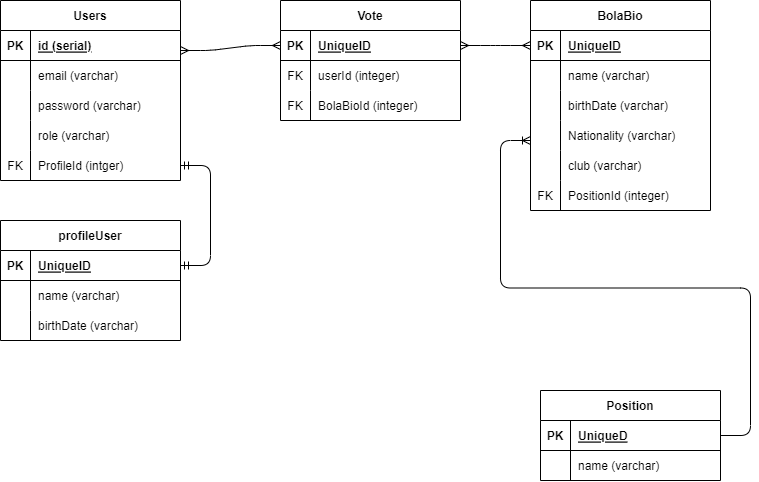
Earlier version of the draw.io export schema-Super-Soccer.drawio.png (PrimalDest/Super-Soccer). Source tidied: cells renumbered, new cells last; positions are measured from the earlier drawing's top-left corner, leaving out a move shared by most shapes.
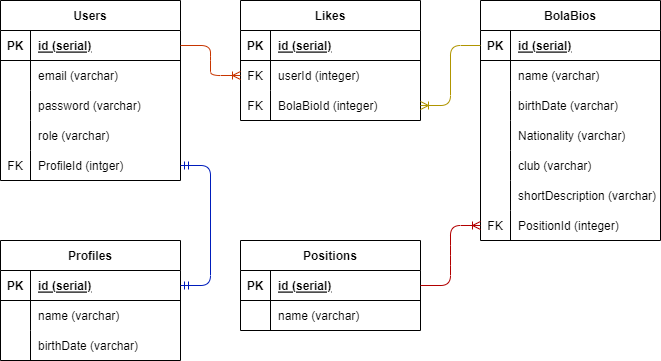
After the change.

Diff of the diagram source:
```diff
@@ -3,7 +3,7 @@
     <mxCell id="0" />
     <mxCell id="1" parent="0" />
     <mxCell id="2" value="Users" style="shape=table;startSize=30;rowLines=0;fontStyle=1;align=center;" parent="1" vertex="1">
-      <mxGeometry width="180" height="180" as="geometry" />
+      <mxGeometry x="5" y="290" width="180" height="180" as="geometry" />
     </mxCell>
     <mxCell id="3" style="shape=tableRow;horizontal=0;startSize=0;swimlaneHead=0;swimlaneBody=0;fillColor=none;points=[[0,0.5],[1,0.5]];portConstraint=eastwest;top=0;left=0;right=0;bottom=1;" parent="2" vertex="1">
       <mxGeometry y="30" width="180" height="30" as="geometry" />
@@ -50,8 +50,8 @@
     <mxCell id="17" value="ProfileId (intger)" style="shape=partialRectangle;fillColor=none;top=0;left=0;bottom=0;right=0;align=left;spacingLeft=6;overflow=hidden;" parent="15" vertex="1">
       <mxGeometry x="30" width="150" height="30" as="geometry" />
     </mxCell>
-    <mxCell id="18" value="Vote" style="shape=table;startSize=30;rowLines=0;fontStyle=1;align=center;" parent="1" vertex="1">
-      <mxGeometry x="280" width="180" height="120" as="geometry" />
+    <mxCell id="18" value="Likes" style="shape=table;startSize=30;rowLines=0;fontStyle=1;align=center;" parent="1" vertex="1">
+      <mxGeometry x="245" y="290" width="180" height="120" as="geometry" />
     </mxCell>
     <mxCell id="19" style="shape=tableRow;horizontal=0;startSize=0;swimlaneHead=0;swimlaneBody=0;fillColor=none;points=[[0,0.5],[1,0.5]];portConstraint=eastwest;top=0;left=0;right=0;bottom=1;" parent="18" vertex="1">
       <mxGeometry y="30" width="180" height="30" as="geometry" />
@@ -59,7 +59,7 @@
     <mxCell id="20" value="PK" style="shape=partialRectangle;fillColor=none;top=0;left=0;bottom=0;right=0;fontStyle=1;overflow=hidden;" parent="19" vertex="1">
       <mxGeometry width="30" height="30" as="geometry" />
     </mxCell>
-    <mxCell id="21" value="UniqueID" style="shape=partialRectangle;fillColor=none;top=0;left=0;bottom=0;right=0;align=left;spacingLeft=6;fontStyle=5;overflow=hidden;" parent="19" vertex="1">
+    <mxCell id="21" value="id (serial)" style="shape=partialRectangle;fillColor=none;top=0;left=0;bottom=0;right=0;align=left;spacingLeft=6;fontStyle=5;overflow=hidden;" parent="19" vertex="1">
       <mxGeometry x="30" width="150" height="30" as="geometry" />
     </mxCell>
     <mxCell id="22" style="shape=tableRow;horizontal=0;startSize=0;swimlaneHead=0;swimlaneBody=0;fillColor=none;points=[[0,0.5],[1,0.5]];portConstraint=eastwest;top=0;left=0;right=0;bottom=0;" parent="18" vertex="1">
@@ -80,8 +80,8 @@
     <mxCell id="27" value="BolaBioId (integer)" style="shape=partialRectangle;fillColor=none;top=0;left=0;bottom=0;right=0;align=left;spacingLeft=6;overflow=hidden;" parent="25" vertex="1">
       <mxGeometry x="30" width="150" height="30" as="geometry" />
     </mxCell>
-    <mxCell id="28" value="BolaBio" style="shape=table;startSize=30;rowLines=0;fontStyle=1;align=center;" parent="1" vertex="1">
-      <mxGeometry x="530" width="180" height="210" as="geometry" />
+    <mxCell id="28" value="BolaBios" style="shape=table;startSize=30;rowLines=0;fontStyle=1;align=center;" parent="1" vertex="1">
+      <mxGeometry x="485" y="290" width="180" height="240" as="geometry" />
     </mxCell>
     <mxCell id="29" style="shape=tableRow;horizontal=0;startSize=0;swimlaneHead=0;swimlaneBody=0;fillColor=none;points=[[0,0.5],[1,0.5]];portConstraint=eastwest;top=0;left=0;right=0;bottom=1;" parent="28" vertex="1">
       <mxGeometry y="30" width="180" height="30" as="geometry" />
@@ -89,7 +89,7 @@
     <mxCell id="30" value="PK" style="shape=partialRectangle;fillColor=none;top=0;left=0;bottom=0;right=0;fontStyle=1;overflow=hidden;" parent="29" vertex="1">
       <mxGeometry width="30" height="30" as="geometry" />
     </mxCell>
-    <mxCell id="31" value="UniqueID" style="shape=partialRectangle;fillColor=none;top=0;left=0;bottom=0;right=0;align=left;spacingLeft=6;fontStyle=5;overflow=hidden;" parent="29" vertex="1">
+    <mxCell id="31" value="id (serial)" style="shape=partialRectangle;fillColor=none;top=0;left=0;bottom=0;right=0;align=left;spacingLeft=6;fontStyle=5;overflow=hidden;" parent="29" vertex="1">
       <mxGeometry x="30" width="150" height="30" as="geometry" />
     </mxCell>
     <mxCell id="32" style="shape=tableRow;horizontal=0;startSize=0;swimlaneHead=0;swimlaneBody=0;fillColor=none;top=0;left=0;right=0;bottom=0;" parent="28" vertex="1">
@@ -128,8 +128,17 @@
     <mxCell id="43" value="club (varchar)" style="shape=partialRectangle;fillColor=none;top=0;left=0;bottom=0;right=0;align=left;spacingLeft=6;overflow=hidden;" parent="41" vertex="1">
       <mxGeometry x="30" width="150" height="30" as="geometry" />
     </mxCell>
+    <mxCell id="68" style="shape=tableRow;horizontal=0;startSize=0;swimlaneHead=0;swimlaneBody=0;fillColor=none;top=0;left=0;right=0;bottom=0;" parent="28" vertex="1">
+      <mxGeometry y="180" width="180" height="30" as="geometry" />
+    </mxCell>
+    <mxCell id="69" style="shape=partialRectangle;fillColor=none;top=0;left=0;bottom=0;right=0;overflow=hidden;" parent="68" vertex="1">
+      <mxGeometry width="30" height="30" as="geometry" />
+    </mxCell>
+    <mxCell id="70" value="shortDescription (varchar)" style="shape=partialRectangle;fillColor=none;top=0;left=0;bottom=0;right=0;align=left;spacingLeft=6;overflow=hidden;" parent="68" vertex="1">
+      <mxGeometry x="30" width="150" height="30" as="geometry" />
+    </mxCell>
     <mxCell id="44" style="shape=tableRow;horizontal=0;startSize=0;swimlaneHead=0;swimlaneBody=0;fillColor=none;points=[[0,0.5],[1,0.5]];portConstraint=eastwest;top=0;left=0;right=0;bottom=0;" parent="28" vertex="1">
-      <mxGeometry y="180" width="180" height="30" as="geometry" />
+      <mxGeometry y="210" width="180" height="30" as="geometry" />
     </mxCell>
     <mxCell id="45" value="FK" style="shape=partialRectangle;fillColor=none;top=0;left=0;bottom=0;right=0;overflow=hidden;" parent="44" vertex="1">
       <mxGeometry width="30" height="30" as="geometry" />
@@ -137,8 +146,8 @@
     <mxCell id="46" value="PositionId (integer)" style="shape=partialRectangle;fillColor=none;top=0;left=0;bottom=0;right=0;align=left;spacingLeft=6;overflow=hidden;" parent="44" vertex="1">
       <mxGeometry x="30" width="150" height="30" as="geometry" />
     </mxCell>
-    <mxCell id="47" value="profileUser" style="shape=table;startSize=30;rowLines=0;fontStyle=1;align=center;" parent="1" vertex="1">
-      <mxGeometry y="220" width="180" height="120" as="geometry" />
+    <mxCell id="47" value="Profiles" style="shape=table;startSize=30;rowLines=0;fontStyle=1;align=center;" parent="1" vertex="1">
+      <mxGeometry x="5" y="530" width="180" height="120" as="geometry" />
     </mxCell>
     <mxCell id="48" style="shape=tableRow;horizontal=0;startSize=0;swimlaneHead=0;swimlaneBody=0;fillColor=none;points=[[0,0.5],[1,0.5]];portConstraint=eastwest;top=0;left=0;right=0;bottom=1;" parent="47" vertex="1">
       <mxGeometry y="30" width="180" height="30" as="geometry" />
@@ -146,7 +155,7 @@
     <mxCell id="49" value="PK" style="shape=partialRectangle;fillColor=none;top=0;left=0;bottom=0;right=0;fontStyle=1;overflow=hidden;" parent="48" vertex="1">
       <mxGeometry width="30" height="30" as="geometry" />
     </mxCell>
-    <mxCell id="50" value="UniqueID" style="shape=partialRectangle;fillColor=none;top=0;left=0;bottom=0;right=0;align=left;spacingLeft=6;fontStyle=5;overflow=hidden;" parent="48" vertex="1">
+    <mxCell id="50" value="id (serial)" style="shape=partialRectangle;fillColor=none;top=0;left=0;bottom=0;right=0;align=left;spacingLeft=6;fontStyle=5;overflow=hidden;" parent="48" vertex="1">
       <mxGeometry x="30" width="150" height="30" as="geometry" />
     </mxCell>
     <mxCell id="51" style="shape=tableRow;horizontal=0;startSize=0;swimlaneHead=0;swimlaneBody=0;fillColor=none;top=0;left=0;right=0;bottom=0;" parent="47" vertex="1">
@@ -167,8 +176,8 @@
     <mxCell id="56" value="birthDate (varchar)" style="shape=partialRectangle;fillColor=none;top=0;left=0;bottom=0;right=0;align=left;spacingLeft=6;overflow=hidden;" parent="54" vertex="1">
       <mxGeometry x="30" width="150" height="30" as="geometry" />
     </mxCell>
-    <mxCell id="57" value="Position" style="shape=table;startSize=30;rowLines=0;fontStyle=1;align=center;" parent="1" vertex="1">
-      <mxGeometry x="540" y="390" width="180" height="90" as="geometry" />
+    <mxCell id="57" value="Positions" style="shape=table;startSize=30;rowLines=0;fontStyle=1;align=center;" parent="1" vertex="1">
+      <mxGeometry x="245" y="530" width="180" height="90" as="geometry" />
     </mxCell>
     <mxCell id="58" style="shape=tableRow;horizontal=0;startSize=0;swimlaneHead=0;swimlaneBody=0;fillColor=none;points=[[0,0.5],[1,0.5]];portConstraint=eastwest;top=0;left=0;right=0;bottom=1;" parent="57" vertex="1">
       <mxGeometry y="30" width="180" height="30" as="geometry" />
@@ -176,7 +185,7 @@
     <mxCell id="59" value="PK" style="shape=partialRectangle;fillColor=none;top=0;left=0;bottom=0;right=0;fontStyle=1;overflow=hidden;" parent="58" vertex="1">
       <mxGeometry width="30" height="30" as="geometry" />
     </mxCell>
-    <mxCell id="60" value="UniqueD" style="shape=partialRectangle;fillColor=none;top=0;left=0;bottom=0;right=0;align=left;spacingLeft=6;fontStyle=5;overflow=hidden;" parent="58" vertex="1">
+    <mxCell id="60" value="id (serial)" style="shape=partialRectangle;fillColor=none;top=0;left=0;bottom=0;right=0;align=left;spacingLeft=6;fontStyle=5;overflow=hidden;" parent="58" vertex="1">
       <mxGeometry x="30" width="150" height="30" as="geometry" />
     </mxCell>
     <mxCell id="61" style="shape=tableRow;horizontal=0;startSize=0;swimlaneHead=0;swimlaneBody=0;fillColor=none;top=0;left=0;right=0;bottom=0;" parent="57" vertex="1">
@@ -188,23 +197,17 @@
     <mxCell id="63" value="name (varchar)" style="shape=partialRectangle;fillColor=none;top=0;left=0;bottom=0;right=0;align=left;spacingLeft=6;overflow=hidden;" parent="61" vertex="1">
       <mxGeometry x="30" width="150" height="30" as="geometry" />
     </mxCell>
-    <mxCell id="64" style="edgeStyle=entityRelationEdgeStyle;fontSize=12;html=1;endArrow=ERmany;startArrow=ERmany;entryX=0;entryY=0.5;entryDx=0;entryDy=0;" parent="1" edge="1" target="19">
-      <mxGeometry relative="1" as="geometry">
-        <mxPoint x="180" y="50" as="sourcePoint" />
-      </mxGeometry>
-    </mxCell>
-    <mxCell id="65" style="edgeStyle=entityRelationEdgeStyle;fontSize=12;html=1;endArrow=ERmany;startArrow=ERmany;entryX=0;entryY=0.5;entryDx=0;entryDy=0;" parent="1" edge="1" target="29">
-      <mxGeometry relative="1" as="geometry">
-        <mxPoint x="460" y="45" as="sourcePoint" />
-      </mxGeometry>
-    </mxCell>
-    <mxCell id="66" style="edgeStyle=entityRelationEdgeStyle;fontSize=12;html=1;endArrow=ERmandOne;startArrow=ERmandOne;entryX=1;entryY=0.5;entryDx=0;entryDy=0;exitX=1;exitY=0.5;exitDx=0;exitDy=0;" parent="1" edge="1" source="48" target="15">
+    <mxCell id="66" style="edgeStyle=entityRelationEdgeStyle;fontSize=12;html=1;endArrow=ERmandOne;startArrow=ERmandOne;entryX=1;entryY=0.5;entryDx=0;entryDy=0;exitX=1;exitY=0.5;exitDx=0;exitDy=0;fillColor=#0050ef;strokeColor=#001DBC;" parent="1" edge="1" source="48" target="15">
       <mxGeometry relative="1" as="geometry" />
     </mxCell>
-    <mxCell id="67" style="edgeStyle=entityRelationEdgeStyle;fontSize=12;html=1;endArrow=ERoneToMany;exitX=1;exitY=0.5;exitDx=0;exitDy=0;" parent="1" edge="1" source="58">
-      <mxGeometry relative="1" as="geometry">
-        <mxPoint x="530" y="140" as="targetPoint" />
-      </mxGeometry>
+    <mxCell id="67" style="edgeStyle=entityRelationEdgeStyle;fontSize=12;html=1;endArrow=ERoneToMany;exitX=1;exitY=0.5;exitDx=0;exitDy=0;entryX=0;entryY=0.5;entryDx=0;entryDy=0;fillColor=#e51400;strokeColor=#B20000;" parent="1" edge="1" source="58" target="44">
+      <mxGeometry relative="1" as="geometry" />
     </mxCell>
+    <mxCell id="71" style="edgeStyle=entityRelationEdgeStyle;fontSize=12;html=1;endArrow=ERoneToMany;exitX=1;exitY=0.5;exitDx=0;exitDy=0;entryX=0;entryY=0.5;entryDx=0;entryDy=0;fillColor=#fa6800;strokeColor=#C73500;" parent="1" edge="1" source="3" target="22">
+      <mxGeometry relative="1" as="geometry" />
+    </mxCell>
+    <mxCell id="72" style="edgeStyle=entityRelationEdgeStyle;fontSize=12;html=1;endArrow=ERoneToMany;entryX=1;entryY=0.5;entryDx=0;entryDy=0;exitX=0;exitY=0.5;exitDx=0;exitDy=0;fillColor=#e3c800;strokeColor=#B09500;" parent="1" edge="1" source="29" target="25">
+      <mxGeometry relative="1" as="geometry" />
+    </mxCell>
   </root>
 </mxGraphModel>
```
